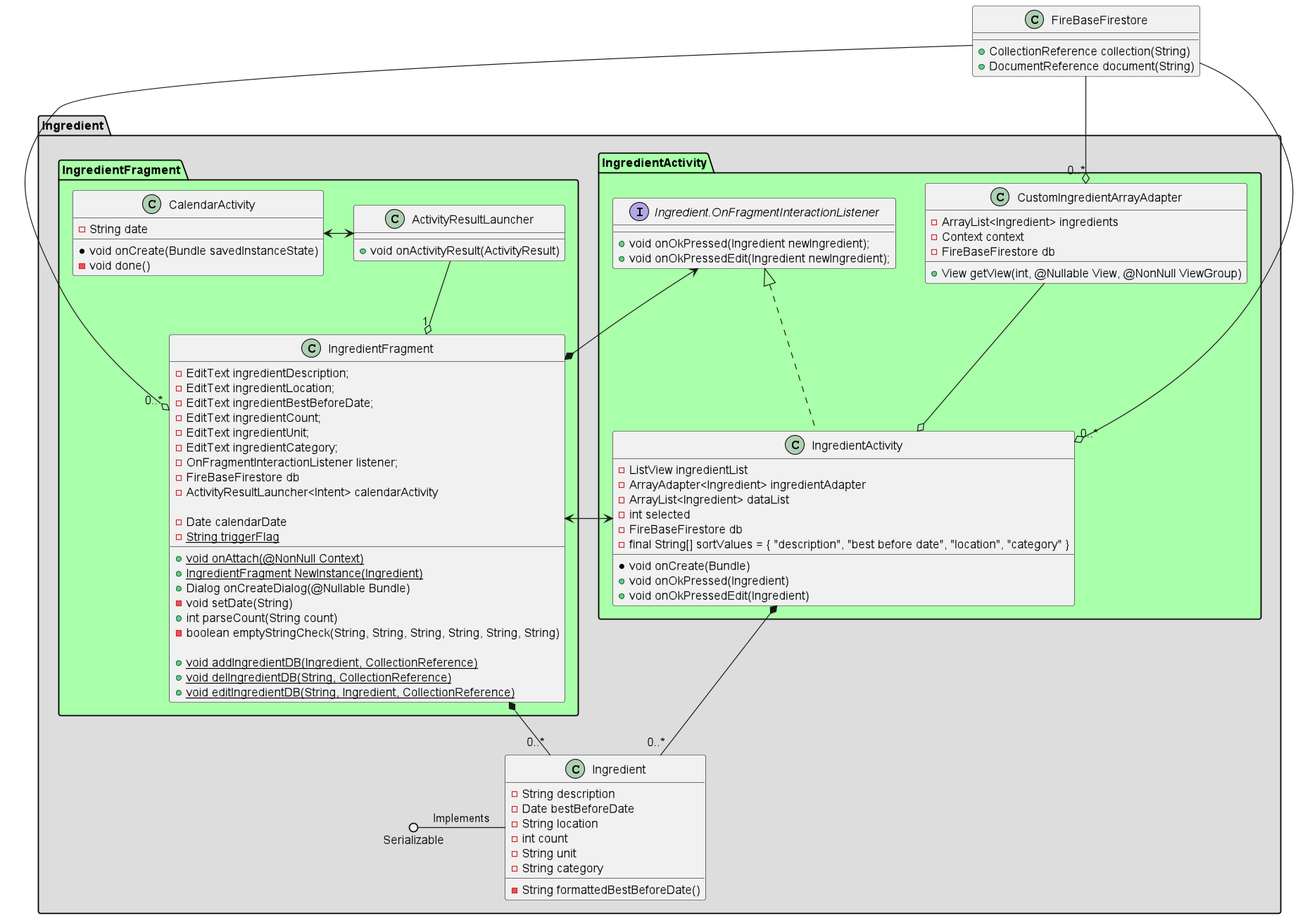
Above: doc/diagrams/IngredientUML.png in CMPUT301F22T31/FoodCart (PlantUML), before the change. Its diagram source:
```plantuml
@startuml

class FireBaseFirestore
{
    +CollectionReference collection(String)
    +DocumentReference document(String)
}

package Ingredient #DDD
{
    class Ingredient
    {
        -String description
        -Date bestBeforeDate
        -String location
        -int count
        -String unit
        -String category

        -String formattedBestBeforeDate()
    }
    package IngredientFragment #AFA
    {
        class ActivityResultLauncher
        {
            +void onActivityResult(ActivityResult)
        }
        class CalendarActivity
        {
            - String date
            * void onCreate(Bundle savedInstanceState)
            - void done()
        }
        class IngredientFragment
        {
            -EditText ingredientDescription;
            -EditText ingredientLocation;
            -EditText ingredientBestBeforeDate;
            -EditText ingredientCount;
            -EditText ingredientUnit;
            -EditText ingredientCategory;
            -OnFragmentInteractionListener listener;
            -FireBaseFirestore db
            -ActivityResultLauncher<Intent> calendarActivity

            - Date calendarDate
            - {static} String triggerFlag

            + {static} void onAttach(@NonNull Context)
            + {static} IngredientFragment NewInstance(Ingredient)
            + Dialog onCreateDialog(@Nullable Bundle)
            - void setDate(String)
            + int parseCount(String count)
            - boolean emptyStringCheck(String, String, String, String, String, String)

            + {static}void addIngredientDB(Ingredient, CollectionReference)
            + {static}void delIngredientDB(String, CollectionReference)
            + {static}void editIngredientDB(String, Ingredient, CollectionReference)
        }
    }
    package IngredientActivity #AFA
    {
        interface Ingredient.OnFragmentInteractionListener
        {
            +void onOkPressed(Ingredient newIngredient);
            +void onOkPressedEdit(Ingredient newIngredient);
        }
        class CustomIngredientArrayAdapter
        {
            - ArrayList<Ingredient> ingredients
            - Context context
            - FireBaseFirestore db

            + View getView(int, @Nullable View, @NonNull ViewGroup)
        }
        class IngredientActivity implements Ingredient.OnFragmentInteractionListener
        {
            -ListView ingredientList
            -ArrayAdapter<Ingredient> ingredientAdapter
            -ArrayList<Ingredient> dataList
            -int selected
            -FireBaseFirestore db
            -final String[] sortValues = { "description", "best before date", "location", "category" }

            *void onCreate(Bundle)
            +void onOkPressed(Ingredient)
            +void onOkPressedEdit(Ingredient)
        }

    }
    Serializable ()- Ingredient : Implements

    IngredientActivity  *--   "0..*" Ingredient
    IngredientFragment  *--   "0..*" Ingredient
    CustomIngredientArrayAdapter --o IngredientActivity

    FireBaseFirestore --o "0..*" IngredientActivity
    FireBaseFirestore --o "0..*" CustomIngredientArrayAdapter
    FireBaseFirestore --o "0..*" IngredientFragment

    Ingredient.OnFragmentInteractionListener <-* IngredientFragment
    IngredientActivity <-> IngredientFragment
    CalendarActivity <-> ActivityResultLauncher
    ActivityResultLauncher --o "1" IngredientFragment
}
@enduml
```
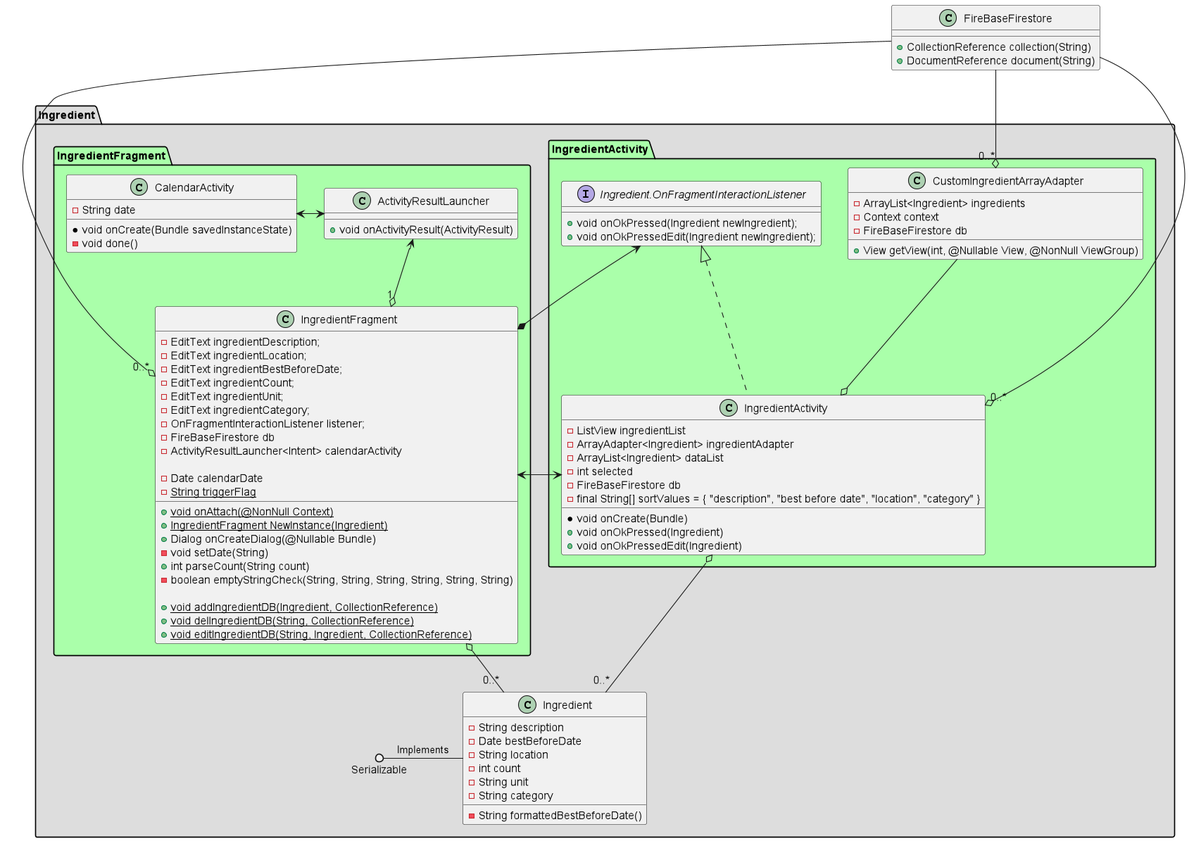
After the commit.

Change to the diagram source:
```diff
@@ -90,8 +90,8 @@
     }
     Serializable ()- Ingredient : Implements
 
-    IngredientActivity  *--   "0..*" Ingredient
-    IngredientFragment  *--   "0..*" Ingredient
+    IngredientActivity  o--   "0..*" Ingredient
+    IngredientFragment  o--   "0..*" Ingredient
     CustomIngredientArrayAdapter --o IngredientActivity
 
     FireBaseFirestore --o "0..*" IngredientActivity
@@ -101,6 +101,6 @@
     Ingredient.OnFragmentInteractionListener <-* IngredientFragment
     IngredientActivity <-> IngredientFragment
     CalendarActivity <-> ActivityResultLauncher
-    ActivityResultLauncher --o "1" IngredientFragment
+    ActivityResultLauncher <--o "1" IngredientFragment
 }
 @enduml
```
